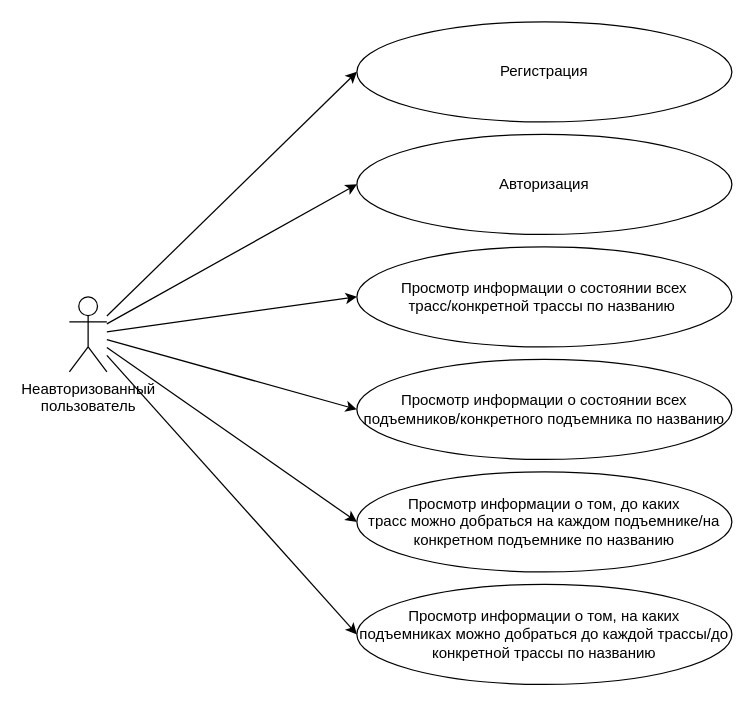
Above: page "unauthorized" (1 of 4) of docs/imgs/use_case/use-case.drawio in alena-zayts/BMSTU_6sem_software_design (draw.io), before the change. Source tidied: cells renumbered, new cells numbered last; positions are measured from the earlier drawing's top-left corner, leaving out a move shared by most shapes. Both pictures are drawn from the tidied source at 125%, with x=0, y=0 at pixel (69, 21).
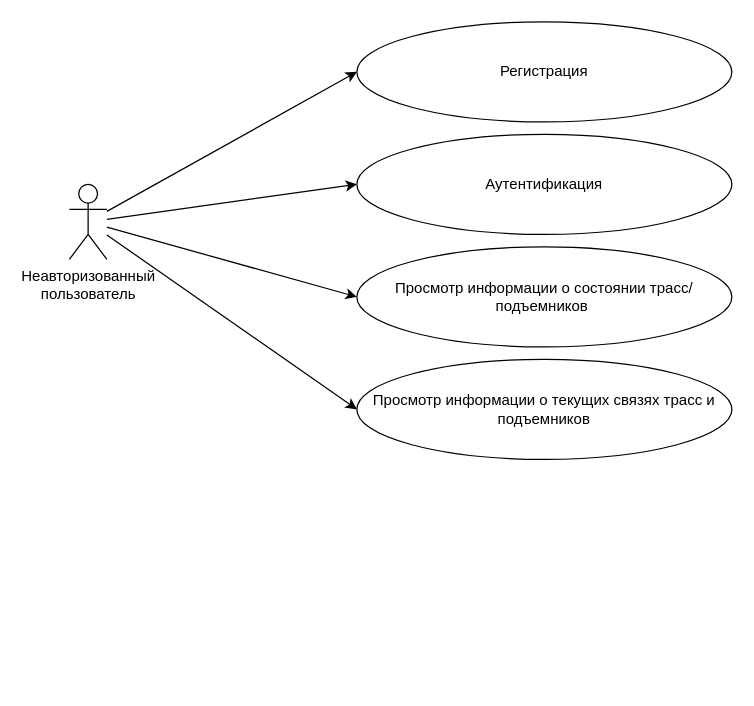
The same page after the edit.

Diff of the diagram source:
```diff
@@
 <mxGraphModel>
   <root>
     <mxCell id="0" />
     <mxCell id="1" parent="0" />
     <mxCell id="2" style="rounded=0;jettySize=auto;html=1;entryX=0;entryY=0.5;entryDx=0;entryDy=0;" parent="1" edge="1" source="8" target="11">
       <mxGeometry relative="1" as="geometry" />
     </mxCell>
     <mxCell id="3" style="edgeStyle=none;rounded=0;jettySize=auto;html=1;entryX=0;entryY=0.5;entryDx=0;entryDy=0;" parent="1" edge="1" source="8" target="9">
       <mxGeometry relative="1" as="geometry" />
     </mxCell>
     <mxCell id="4" style="edgeStyle=none;rounded=0;jettySize=auto;html=1;entryX=0;entryY=0.5;entryDx=0;entryDy=0;" parent="1" edge="1" source="8" target="10">
       <mxGeometry relative="1" as="geometry" />
     </mxCell>
-    <mxCell id="5" style="edgeStyle=none;rounded=0;jettySize=auto;html=1;entryX=0;entryY=0.5;entryDx=0;entryDy=0;" parent="1" edge="1" source="8" target="12">
-      <mxGeometry relative="1" as="geometry" />
-    </mxCell>
     <mxCell id="6" style="edgeStyle=none;rounded=0;jettySize=auto;html=1;entryX=0;entryY=0.5;entryDx=0;entryDy=0;" parent="1" edge="1" source="8" target="13">
       <mxGeometry relative="1" as="geometry" />
     </mxCell>
-    <mxCell id="7" style="edgeStyle=none;rounded=0;jettySize=auto;html=1;entryX=0;entryY=0.5;entryDx=0;entryDy=0;" parent="1" edge="1" source="8" target="14">
-      <mxGeometry relative="1" as="geometry" />
-    </mxCell>
     <mxCell id="8" value="Неавторизованный &lt;br&gt;пользователь" style="shape=umlActor;verticalLabelPosition=bottom;verticalAlign=top;html=1;outlineConnect=0;" parent="1" vertex="1">
-      <mxGeometry y="220" width="30" height="60" as="geometry" />
+      <mxGeometry y="130" width="30" height="60" as="geometry" />
     </mxCell>
-    <mxCell id="9" value="Авторизация" style="ellipse;whiteSpace=wrap;html=1;" parent="1" vertex="1">
+    <mxCell id="9" value="Аутентификация" style="ellipse;whiteSpace=wrap;html=1;" parent="1" vertex="1">
       <mxGeometry x="230" y="90" width="300" height="80" as="geometry" />
     </mxCell>
-    <mxCell id="10" value="Просмотр информации о состоянии всех &lt;br&gt;трасс/конкретной трассы по названию&amp;nbsp;" style="ellipse;whiteSpace=wrap;html=1;" parent="1" vertex="1">
+    <mxCell id="10" value="Просмотр информации о состоянии трасс/подъемников&amp;nbsp;" style="ellipse;whiteSpace=wrap;html=1;" parent="1" vertex="1">
       <mxGeometry x="230" y="180" width="300" height="80" as="geometry" />
     </mxCell>
     <mxCell id="11" value="Регистрация" style="ellipse;whiteSpace=wrap;html=1;" parent="1" vertex="1">
       <mxGeometry x="230" width="300" height="80" as="geometry" />
     </mxCell>
-    <mxCell id="12" value="Просмотр информации о состоянии всех подъемников/конкретного подъемника по названию" style="ellipse;whiteSpace=wrap;html=1;" parent="1" vertex="1">
-      <mxGeometry x="230" y="270" width="300" height="80" as="geometry" />
-    </mxCell>
-    <mxCell id="13" value="Просмотр информации о том, до каких &lt;br&gt;трасс можно добраться на каждом подъемнике/на конкретном подъемнике по названию" style="ellipse;whiteSpace=wrap;html=1;" parent="1" vertex="1">
-      <mxGeometry x="230" y="360" width="300" height="80" as="geometry" />
+    <mxCell id="13" value="Просмотр информации о текущих связях трасс и подъемников" style="ellipse;whiteSpace=wrap;html=1;" parent="1" vertex="1">
+      <mxGeometry x="230" y="270" width="300" height="80" as="geometry" />
     </mxCell>
-    <mxCell id="14" value="Просмотр информации о том, на каких &lt;br&gt;подъемниках можно добраться до каждой трассы/до конкретной трассы по названию" style="ellipse;whiteSpace=wrap;html=1;" parent="1" vertex="1">
-      <mxGeometry x="230" y="450" width="300" height="80" as="geometry" />
-    </mxCell>
   </root>
 </mxGraphModel>
```
